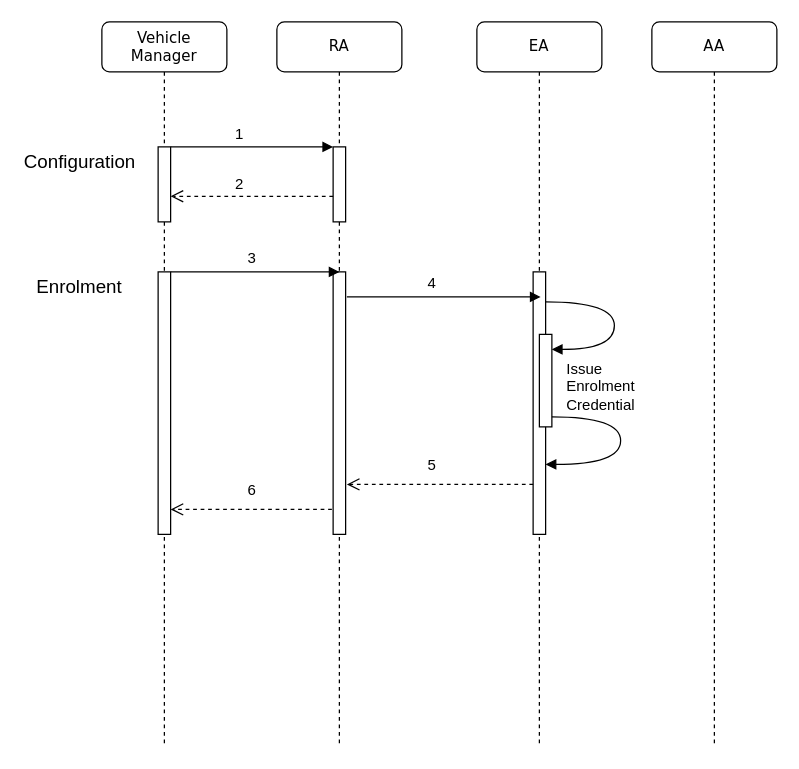
This is page "Page-1" (1 of 3) of LaTeX_v7/Figures/source_files/diagrama_protocolo.drawio from LeonardoGoncalves94/chamenta3, a draw.io file, before an edit. Source tidied: cells renumbered, new cells numbered last; positions are measured from the earlier drawing's top-left corner, leaving out a move shared by most shapes. Both pictures are drawn from the tidied source at 125%, with x=0, y=0 at pixel (21, 21).
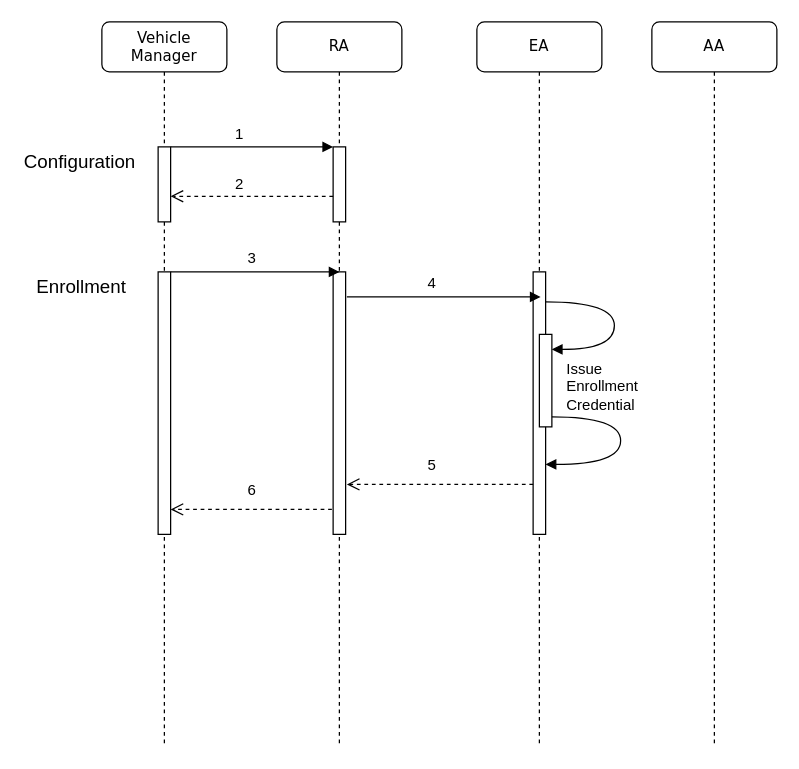
Above is the later version.

What changed in the source:
```diff
@@
-    <mxCell id="15" value="&lt;div&gt;Issue &lt;br&gt;&lt;/div&gt;&lt;div&gt;Enrolment&lt;/div&gt;&lt;div&gt;Credential&lt;br&gt;&lt;/div&gt;" style="text;html=1;align=left;verticalAlign=top;spacingTop=-4;" parent="1" vertex="1">
+    <mxCell id="15" value="&lt;div&gt;Issue &lt;br&gt;&lt;/div&gt;&lt;div&gt;Enrollment&lt;/div&gt;&lt;div&gt;Credential&lt;br&gt;&lt;/div&gt;" style="text;html=1;align=left;verticalAlign=top;spacingTop=-4;" parent="1" vertex="1">
       <mxGeometry x="434" y="268" width="70" height="40" as="geometry" />
     </mxCell>
@@
-    <mxCell id="22" value="&lt;font style=&quot;font-size: 15px&quot;&gt;Enrolment&lt;/font&gt;" style="text;html=1;align=left;verticalAlign=top;spacingTop=-4;" parent="1" vertex="1">
-      <mxGeometry x="10" y="200" width="80" height="20" as="geometry" />
+    <mxCell id="22" value="&lt;font style=&quot;font-size: 15px&quot;&gt;Enrollment&lt;/font&gt;" style="text;html=1;align=left;verticalAlign=top;spacingTop=-4;" parent="1" vertex="1">
+      <mxGeometry x="10" y="200" width="90" height="20" as="geometry" />
     </mxCell>
```
